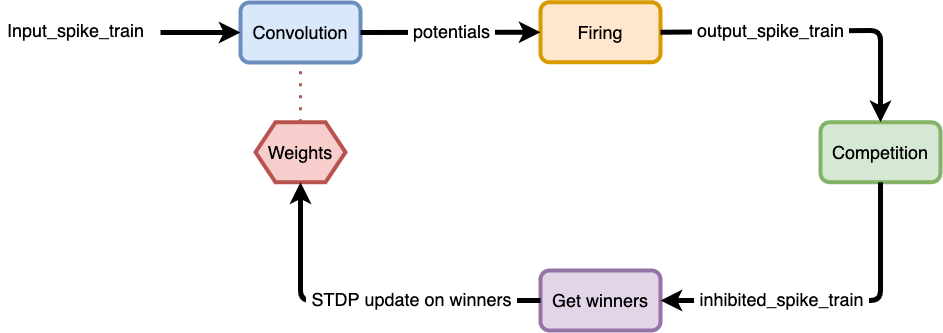
This is images/training_schema.png from thbeucher/thbeucher.github.io, a draw.io export, as it was before one commit. Source tidied: cells renumbered, new cells last; positions are measured from the earlier drawing's top-left corner, leaving out a move shared by most shapes. Source of this version:
```xml
<mxGraphModel>
  <root>
    <mxCell id="0" />
    <mxCell id="1" parent="0" />
    <mxCell id="2" value="&lt;font style=&quot;font-size: 18px&quot;&gt;Convolution&lt;/font&gt;" style="rounded=1;whiteSpace=wrap;html=1;strokeWidth=4;fillColor=#dae8fc;strokeColor=#6c8ebf;" parent="1" vertex="1">
      <mxGeometry x="240" width="120" height="60" as="geometry" />
    </mxCell>
    <mxCell id="3" value="&lt;font style=&quot;font-size: 18px&quot;&gt;Firing&lt;/font&gt;" style="rounded=1;whiteSpace=wrap;html=1;strokeWidth=4;fillColor=#ffe6cc;strokeColor=#d79b00;" parent="1" vertex="1">
      <mxGeometry x="540" y="-0.3" width="120" height="60" as="geometry" />
    </mxCell>
    <mxCell id="4" value="&lt;font style=&quot;font-size: 18px&quot;&gt;Weights&lt;/font&gt;" style="shape=hexagon;perimeter=hexagonPerimeter2;whiteSpace=wrap;html=1;fixedSize=1;strokeWidth=4;fillColor=#f8cecc;strokeColor=#b85450;" parent="1" vertex="1">
      <mxGeometry x="255" y="119.7" width="90" height="60" as="geometry" />
    </mxCell>
    <mxCell id="5" value="&lt;font style=&quot;font-size: 18px&quot;&gt;Competition&lt;/font&gt;" style="rounded=1;whiteSpace=wrap;html=1;strokeWidth=4;fillColor=#d5e8d4;strokeColor=#82b366;" parent="1" vertex="1">
      <mxGeometry x="820" y="119.7" width="120" height="60" as="geometry" />
    </mxCell>
    <mxCell id="6" value="&lt;font style=&quot;font-size: 18px&quot;&gt;Get winners&lt;/font&gt;" style="rounded=1;whiteSpace=wrap;html=1;strokeWidth=4;fillColor=#e1d5e7;strokeColor=#9673a6;" parent="1" vertex="1">
      <mxGeometry x="540" y="268" width="120" height="60" as="geometry" />
    </mxCell>
    <mxCell id="7" style="endArrow=classic;html=1;strokeWidth=5;entryX=0;entryY=0.5;entryDx=0;entryDy=0;" parent="1" edge="1" target="2">
      <mxGeometry relative="1" as="geometry">
        <mxPoint x="160" y="30" as="sourcePoint" />
      </mxGeometry>
    </mxCell>
    <mxCell id="8" value="&lt;font style=&quot;font-size: 18px&quot;&gt;Input_spike_train&lt;/font&gt;" style="text;html=1;align=center;verticalAlign=middle;strokeColor=none;" parent="1" vertex="1">
      <mxGeometry y="18" width="150" height="20" as="geometry" />
    </mxCell>
    <mxCell id="9" style="endArrow=classic;html=1;strokeWidth=5;exitX=1;exitY=0.5;exitDx=0;exitDy=0;entryX=0;entryY=0.5;entryDx=0;entryDy=0;" parent="1" edge="1" source="2" target="3">
      <mxGeometry relative="1" as="geometry" />
    </mxCell>
    <mxCell id="10" value="&lt;font style=&quot;font-size: 18px&quot;&gt;&amp;nbsp;potentials&amp;nbsp;&lt;/font&gt;" style="edgeLabel;html=1;align=center;verticalAlign=middle;" parent="9" vertex="1">
      <mxGeometry relative="1" as="geometry">
        <mxPoint y="-2" as="offset" />
      </mxGeometry>
    </mxCell>
    <mxCell id="11" style="endArrow=classic;html=1;strokeWidth=5;exitX=1;exitY=0.5;exitDx=0;exitDy=0;entryX=0.5;entryY=0;entryDx=0;entryDy=0;" parent="1" edge="1" source="3" target="5">
      <mxGeometry relative="1" as="geometry">
        <Array as="points">
          <mxPoint x="880" y="28" />
        </Array>
      </mxGeometry>
    </mxCell>
    <mxCell id="12" value="&lt;font style=&quot;font-size: 18px&quot;&gt;&amp;nbsp;output_spike_train&amp;nbsp;&lt;/font&gt;" style="edgeLabel;html=1;align=center;verticalAlign=middle;" parent="11" vertex="1">
      <mxGeometry relative="1" as="geometry">
        <mxPoint x="-47" y="-1" as="offset" />
      </mxGeometry>
    </mxCell>
    <mxCell id="13" style="endArrow=classic;html=1;strokeWidth=5;exitX=0.5;exitY=1;exitDx=0;exitDy=0;entryX=1;entryY=0.5;entryDx=0;entryDy=0;" parent="1" edge="1" source="5" target="6">
      <mxGeometry relative="1" as="geometry">
        <Array as="points">
          <mxPoint x="880" y="298" />
        </Array>
      </mxGeometry>
    </mxCell>
    <mxCell id="14" value="&lt;font style=&quot;font-size: 18px&quot;&gt;&amp;nbsp;inhibited_spike_train&amp;nbsp;&lt;/font&gt;" style="edgeLabel;html=1;align=center;verticalAlign=middle;" parent="13" vertex="1">
      <mxGeometry relative="1" as="geometry">
        <mxPoint x="-50" y="-2" as="offset" />
      </mxGeometry>
    </mxCell>
    <mxCell id="15" style="endArrow=classic;html=1;strokeWidth=5;exitX=0;exitY=0.5;exitDx=0;exitDy=0;entryX=0.5;entryY=1;entryDx=0;entryDy=0;" parent="1" edge="1" source="6" target="4">
      <mxGeometry relative="1" as="geometry">
        <Array as="points">
          <mxPoint x="300" y="298" />
        </Array>
      </mxGeometry>
    </mxCell>
    <mxCell id="16" value="&lt;font style=&quot;font-size: 18px&quot;&gt;&amp;nbsp;STDP update on winners&amp;nbsp;&lt;/font&gt;" style="edgeLabel;html=1;align=center;verticalAlign=middle;" parent="15" vertex="1">
      <mxGeometry relative="1" as="geometry">
        <mxPoint x="48" y="-2" as="offset" />
      </mxGeometry>
    </mxCell>
    <mxCell id="17" style="endArrow=none;dashed=1;html=1;dashPattern=1 3;strokeWidth=3;entryX=0.5;entryY=1;entryDx=0;entryDy=0;exitX=0.5;exitY=0;exitDx=0;exitDy=0;fillColor=#f8cecc;strokeColor=#b85450;" parent="1" edge="1" source="4" target="2">
      <mxGeometry relative="1" as="geometry" />
    </mxCell>
  </root>
</mxGraphModel>
```
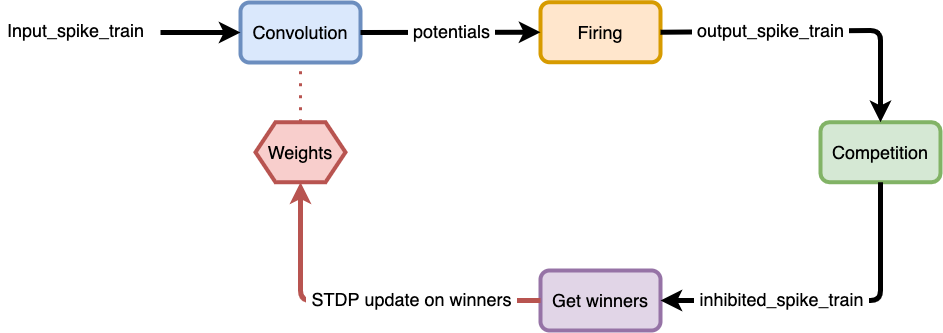
Later version of the same file.

Diff of the diagram source:
```diff
@@ -57,7 +57,7 @@
         <mxPoint x="-50" y="-2" as="offset" />
       </mxGeometry>
     </mxCell>
-    <mxCell id="15" style="endArrow=classic;html=1;strokeWidth=5;exitX=0;exitY=0.5;exitDx=0;exitDy=0;entryX=0.5;entryY=1;entryDx=0;entryDy=0;" parent="1" edge="1" source="6" target="4">
+    <mxCell id="15" style="endArrow=classic;html=1;strokeWidth=5;exitX=0;exitY=0.5;exitDx=0;exitDy=0;entryX=0.5;entryY=1;entryDx=0;entryDy=0;fillColor=#f8cecc;strokeColor=#b85450;" parent="1" edge="1" source="6" target="4">
       <mxGeometry relative="1" as="geometry">
         <Array as="points">
           <mxPoint x="300" y="298" />
```
